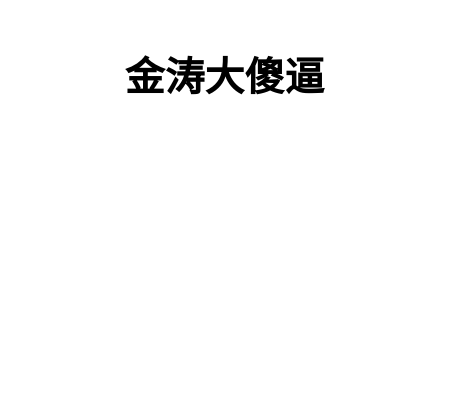
Before: znxs.drawio in znxs/znxsCN, a draw.io diagram. Source tidied: cells renumbered, new cells numbered last; positions are measured from the earlier drawing's top-left corner, leaving out a move shared by most shapes. Both pictures are drawn from the tidied source at 114%, with x=0, y=0 at pixel (19, 19).
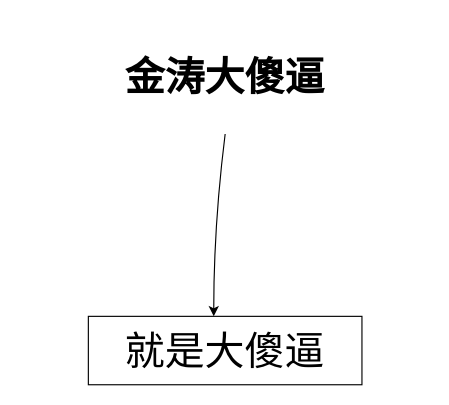
After the change.

What changed in the source:
```diff
@@
 <mxGraphModel>
   <root>
     <mxCell id="0" />
     <mxCell id="1" parent="0" />
     <mxCell id="2" value="&lt;h1 style=&quot;font-size: 35px;&quot;&gt;金涛大傻逼&lt;/h1&gt;" style="text;html=1;strokeColor=none;fillColor=none;align=center;verticalAlign=middle;whiteSpace=wrap;rounded=0;" parent="1" vertex="1">
       <mxGeometry width="360" height="100" as="geometry" />
     </mxCell>
+    <mxCell id="3" value="就是大傻逼" style="rounded=0;whiteSpace=wrap;html=1;fontFamily=Helvetica;fontSize=35;" parent="1" vertex="1">
+      <mxGeometry x="60" y="260" width="240" height="60" as="geometry" />
+    </mxCell>
+    <mxCell id="4" style="curved=1;endArrow=classic;html=1;rounded=0;fontFamily=Helvetica;fontSize=35;exitX=0.5;exitY=1;exitDx=0;exitDy=0;" parent="1" edge="1" source="2">
+      <mxGeometry relative="1" as="geometry">
+        <mxPoint x="170" y="260" as="targetPoint" />
+        <Array as="points">
+          <mxPoint x="170" y="180" />
+        </Array>
+      </mxGeometry>
+    </mxCell>
   </root>
 </mxGraphModel>
```
